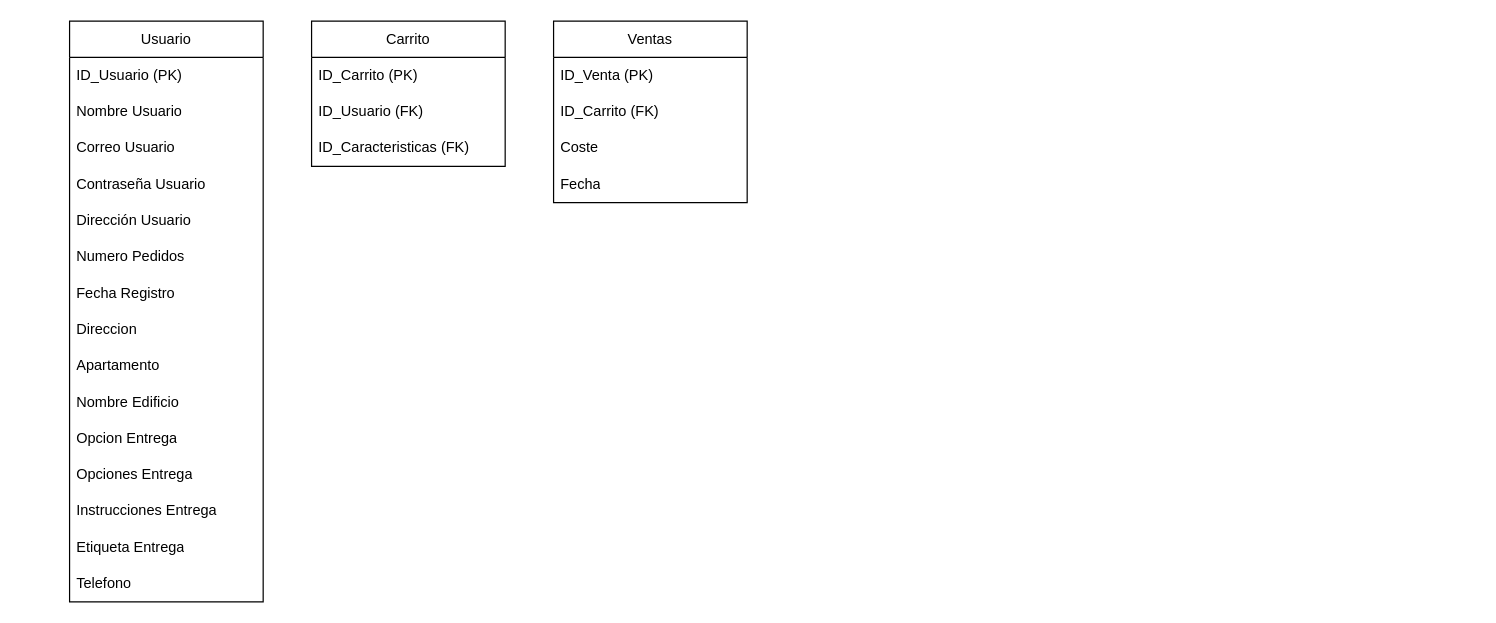
Earlier version of the draw.io diagram page "Tabla" (2 of 2) of BBDDTFG.drawio (meeeww/tfg_server). Source tidied: cells renumbered, new cells numbered last; positions are measured from the earlier drawing's top-left corner, leaving out a move shared by most shapes. Both pictures are drawn from the tidied source at 121%, with x=0, y=0 at pixel (69, 21).
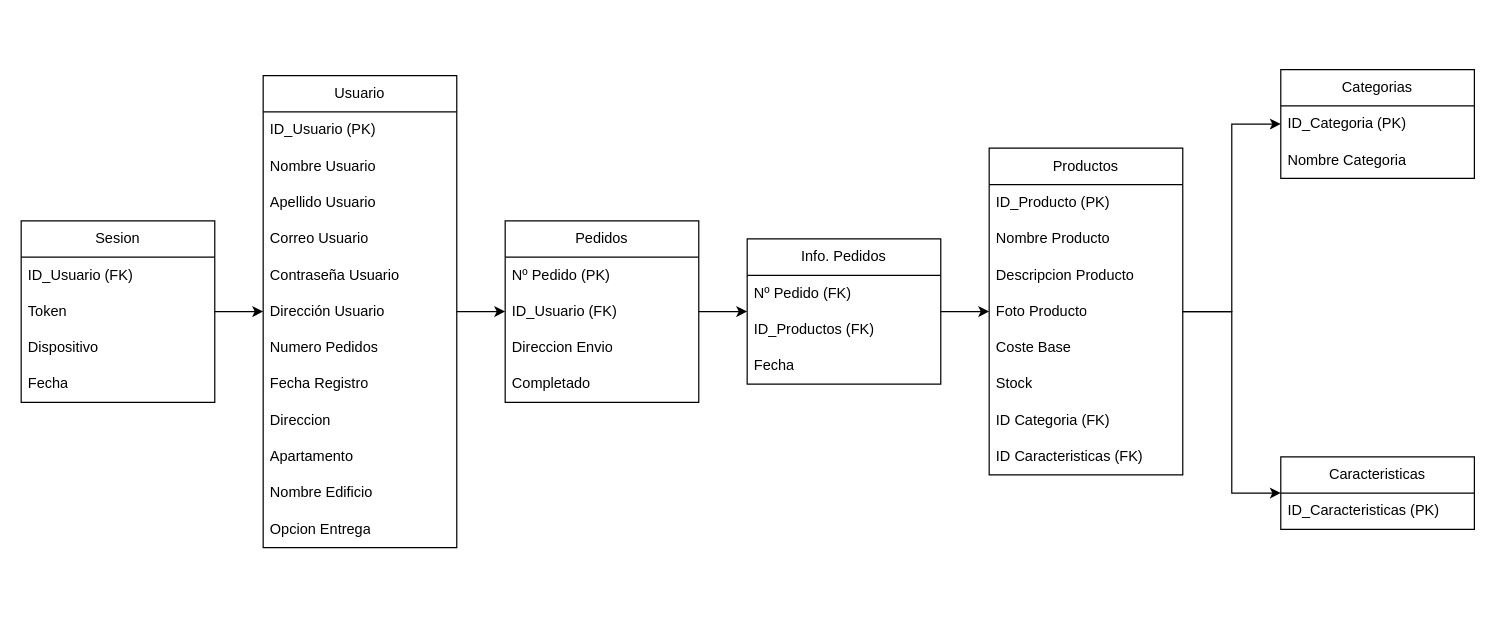
The same page after the edit.

What changed in the source:
```diff
@@
+    <mxCell id="27" style="edgeStyle=orthogonalEdgeStyle;rounded=0;jettySize=auto;html=1;" parent="1" edge="1" source="2" target="18">
+      <mxGeometry relative="1" as="geometry" />
+    </mxCell>
     <mxCell id="2" value="Usuario" style="swimlane;fontStyle=0;horizontal=1;startSize=30;whiteSpace=wrap;html=1;" parent="1" vertex="1">
-      <mxGeometry width="160" height="480" as="geometry" />
+      <mxGeometry x="160" y="45" width="160" height="390" as="geometry" />
     </mxCell>
@@
+    <mxCell id="28" value="Apellido Usuario" style="text;strokeColor=none;fillColor=none;align=left;verticalAlign=middle;spacingLeft=4;spacingRight=4;overflow=hidden;whiteSpace=wrap;html=1;" parent="2" vertex="1">
+      <mxGeometry y="90" width="160" height="30" as="geometry" />
+    </mxCell>
     <mxCell id="5" value="Correo Usuario" style="text;strokeColor=none;fillColor=none;align=left;verticalAlign=middle;spacingLeft=4;spacingRight=4;overflow=hidden;whiteSpace=wrap;html=1;" parent="2" vertex="1">
-      <mxGeometry y="90" width="160" height="30" as="geometry" />
+      <mxGeometry y="120" width="160" height="30" as="geometry" />
     </mxCell>
     <mxCell id="6" value="Contraseña Usuario" style="text;strokeColor=none;fillColor=none;align=left;verticalAlign=middle;spacingLeft=4;spacingRight=4;overflow=hidden;whiteSpace=wrap;html=1;" parent="2" vertex="1">
-      <mxGeometry y="120" width="160" height="30" as="geometry" />
+      <mxGeometry y="150" width="160" height="30" as="geometry" />
     </mxCell>
     <mxCell id="7" value="Dirección Usuario" style="text;strokeColor=none;fillColor=none;align=left;verticalAlign=middle;spacingLeft=4;spacingRight=4;overflow=hidden;whiteSpace=wrap;html=1;" parent="2" vertex="1">
-      <mxGeometry y="150" width="160" height="30" as="geometry" />
+      <mxGeometry y="180" width="160" height="30" as="geometry" />
     </mxCell>
     <mxCell id="8" value="Numero Pedidos" style="text;strokeColor=none;fillColor=none;align=left;verticalAlign=middle;spacingLeft=4;spacingRight=4;overflow=hidden;whiteSpace=wrap;html=1;" parent="2" vertex="1">
-      <mxGeometry y="180" width="160" height="30" as="geometry" />
+      <mxGeometry y="210" width="160" height="30" as="geometry" />
     </mxCell>
     <mxCell id="9" value="Fecha Registro" style="text;strokeColor=none;fillColor=none;align=left;verticalAlign=middle;spacingLeft=4;spacingRight=4;overflow=hidden;whiteSpace=wrap;html=1;" parent="2" vertex="1">
-      <mxGeometry y="210" width="160" height="30" as="geometry" />
+      <mxGeometry y="240" width="160" height="30" as="geometry" />
     </mxCell>
     <mxCell id="10" value="Direccion" style="text;strokeColor=none;fillColor=none;align=left;verticalAlign=middle;spacingLeft=4;spacingRight=4;overflow=hidden;whiteSpace=wrap;html=1;" parent="2" vertex="1">
-      <mxGeometry y="240" width="160" height="30" as="geometry" />
+      <mxGeometry y="270" width="160" height="30" as="geometry" />
     </mxCell>
     <mxCell id="11" value="Apartamento" style="text;strokeColor=none;fillColor=none;align=left;verticalAlign=middle;spacingLeft=4;spacingRight=4;overflow=hidden;whiteSpace=wrap;html=1;" parent="2" vertex="1">
-      <mxGeometry y="270" width="160" height="30" as="geometry" />
+      <mxGeometry y="300" width="160" height="30" as="geometry" />
     </mxCell>
     <mxCell id="12" value="Nombre Edificio" style="text;strokeColor=none;fillColor=none;align=left;verticalAlign=middle;spacingLeft=4;spacingRight=4;overflow=hidden;whiteSpace=wrap;html=1;" parent="2" vertex="1">
-      <mxGeometry y="300" width="160" height="30" as="geometry" />
+      <mxGeometry y="330" width="160" height="30" as="geometry" />
     </mxCell>
     <mxCell id="13" value="Opcion Entrega" style="text;strokeColor=none;fillColor=none;align=left;verticalAlign=middle;spacingLeft=4;spacingRight=4;overflow=hidden;whiteSpace=wrap;html=1;" parent="2" vertex="1">
-      <mxGeometry y="330" width="160" height="30" as="geometry" />
+      <mxGeometry y="360" width="160" height="30" as="geometry" />
     </mxCell>
-    <mxCell id="14" value="Opciones Entrega" style="text;strokeColor=none;fillColor=none;align=left;verticalAlign=middle;spacingLeft=4;spacingRight=4;overflow=hidden;whiteSpace=wrap;html=1;" parent="2" vertex="1">
-      <mxGeometry y="360" width="160" height="30" as="geometry" />
-    </mxCell>
-    <mxCell id="15" value="Instrucciones Entrega" style="text;strokeColor=none;fillColor=none;align=left;verticalAlign=middle;spacingLeft=4;spacingRight=4;overflow=hidden;whiteSpace=wrap;html=1;" parent="2" vertex="1">
-      <mxGeometry y="390" width="160" height="30" as="geometry" />
-    </mxCell>
-    <mxCell id="16" value="Etiqueta Entrega" style="text;strokeColor=none;fillColor=none;align=left;verticalAlign=middle;spacingLeft=4;spacingRight=4;overflow=hidden;whiteSpace=wrap;html=1;" parent="2" vertex="1">
-      <mxGeometry y="420" width="160" height="30" as="geometry" />
-    </mxCell>
-    <mxCell id="17" value="Telefono" style="text;strokeColor=none;fillColor=none;align=left;verticalAlign=middle;spacingLeft=4;spacingRight=4;overflow=hidden;whiteSpace=wrap;html=1;" parent="2" vertex="1">
-      <mxGeometry y="450" width="160" height="30" as="geometry" />
-    </mxCell>
+    <mxCell id="29" style="edgeStyle=orthogonalEdgeStyle;rounded=0;jettySize=auto;html=1;" parent="1" edge="1" source="18" target="49">
+      <mxGeometry relative="1" as="geometry" />
+    </mxCell>
-    <mxCell id="18" value="Carrito" style="swimlane;fontStyle=0;horizontal=1;startSize=30;whiteSpace=wrap;html=1;" parent="1" vertex="1">
-      <mxGeometry x="200" width="160" height="120" as="geometry" />
+    <mxCell id="18" value="Pedidos" style="swimlane;fontStyle=0;horizontal=1;startSize=30;whiteSpace=wrap;html=1;" parent="1" vertex="1">
+      <mxGeometry x="360" y="165" width="160" height="150" as="geometry" />
     </mxCell>
-    <mxCell id="19" value="ID_Carrito (PK)" style="text;strokeColor=none;fillColor=none;align=left;verticalAlign=middle;spacingLeft=4;spacingRight=4;overflow=hidden;whiteSpace=wrap;html=1;" parent="18" vertex="1">
+    <mxCell id="19" value="Nº Pedido (PK)" style="text;strokeColor=none;fillColor=none;align=left;verticalAlign=middle;spacingLeft=4;spacingRight=4;overflow=hidden;whiteSpace=wrap;html=1;" parent="18" vertex="1">
       <mxGeometry y="30" width="160" height="30" as="geometry" />
     </mxCell>
@@
+    <mxCell id="30" value="Direccion Envio" style="text;strokeColor=none;fillColor=none;align=left;verticalAlign=middle;spacingLeft=4;spacingRight=4;overflow=hidden;whiteSpace=wrap;html=1;" parent="18" vertex="1">
+      <mxGeometry y="90" width="160" height="30" as="geometry" />
+    </mxCell>
-    <mxCell id="21" value="ID_Caracteristicas (FK)" style="text;strokeColor=none;fillColor=none;align=left;verticalAlign=middle;spacingLeft=4;spacingRight=4;overflow=hidden;whiteSpace=wrap;html=1;" parent="18" vertex="1">
-      <mxGeometry y="90" width="160" height="30" as="geometry" />
+    <mxCell id="21" value="Completado" style="text;strokeColor=none;fillColor=none;align=left;verticalAlign=middle;spacingLeft=4;spacingRight=4;overflow=hidden;whiteSpace=wrap;html=1;" parent="18" vertex="1">
+      <mxGeometry y="120" width="160" height="30" as="geometry" />
     </mxCell>
+    <mxCell id="31" style="edgeStyle=orthogonalEdgeStyle;rounded=0;jettySize=auto;html=1;" parent="1" edge="1" source="22" target="43">
+      <mxGeometry relative="1" as="geometry" />
+    </mxCell>
+    <mxCell id="32" style="edgeStyle=orthogonalEdgeStyle;rounded=0;jettySize=auto;html=1;" parent="1" edge="1" source="22" target="45">
+      <mxGeometry relative="1" as="geometry" />
+    </mxCell>
-    <mxCell id="22" value="Ventas" style="swimlane;fontStyle=0;horizontal=1;startSize=30;whiteSpace=wrap;html=1;" parent="1" vertex="1">
-      <mxGeometry x="400" width="160" height="150" as="geometry" />
+    <mxCell id="22" value="Productos" style="swimlane;fontStyle=0;horizontal=1;startSize=30;whiteSpace=wrap;html=1;" parent="1" vertex="1">
+      <mxGeometry x="760" y="105" width="160" height="270" as="geometry" />
     </mxCell>
-    <mxCell id="23" value="ID_Venta (PK)" style="text;strokeColor=none;fillColor=none;align=left;verticalAlign=middle;spacingLeft=4;spacingRight=4;overflow=hidden;whiteSpace=wrap;html=1;" parent="22" vertex="1">
+    <mxCell id="23" value="ID_Producto (PK)" style="text;strokeColor=none;fillColor=none;align=left;verticalAlign=middle;spacingLeft=4;spacingRight=4;overflow=hidden;whiteSpace=wrap;html=1;" parent="22" vertex="1">
       <mxGeometry y="30" width="160" height="30" as="geometry" />
     </mxCell>
+    <mxCell id="33" value="Nombre Producto" style="text;strokeColor=none;fillColor=none;align=left;verticalAlign=middle;spacingLeft=4;spacingRight=4;overflow=hidden;whiteSpace=wrap;html=1;" parent="22" vertex="1">
+      <mxGeometry y="60" width="160" height="30" as="geometry" />
+    </mxCell>
+    <mxCell id="34" value="Descripcion Producto" style="text;strokeColor=none;fillColor=none;align=left;verticalAlign=middle;spacingLeft=4;spacingRight=4;overflow=hidden;whiteSpace=wrap;html=1;" parent="22" vertex="1">
+      <mxGeometry y="90" width="160" height="30" as="geometry" />
+    </mxCell>
+    <mxCell id="35" value="Foto Producto" style="text;strokeColor=none;fillColor=none;align=left;verticalAlign=middle;spacingLeft=4;spacingRight=4;overflow=hidden;whiteSpace=wrap;html=1;" parent="22" vertex="1">
+      <mxGeometry y="120" width="160" height="30" as="geometry" />
+    </mxCell>
-    <mxCell id="24" value="ID_Carrito (FK)" style="text;strokeColor=none;fillColor=none;align=left;verticalAlign=middle;spacingLeft=4;spacingRight=4;overflow=hidden;whiteSpace=wrap;html=1;" parent="22" vertex="1">
-      <mxGeometry y="60" width="160" height="30" as="geometry" />
+    <mxCell id="24" value="Coste Base" style="text;strokeColor=none;fillColor=none;align=left;verticalAlign=middle;spacingLeft=4;spacingRight=4;overflow=hidden;whiteSpace=wrap;html=1;" parent="22" vertex="1">
+      <mxGeometry y="150" width="160" height="30" as="geometry" />
     </mxCell>
+    <mxCell id="36" value="Stock" style="text;strokeColor=none;fillColor=none;align=left;verticalAlign=middle;spacingLeft=4;spacingRight=4;overflow=hidden;whiteSpace=wrap;html=1;" parent="22" vertex="1">
+      <mxGeometry y="180" width="160" height="30" as="geometry" />
+    </mxCell>
-    <mxCell id="25" value="Coste" style="text;strokeColor=none;fillColor=none;align=left;verticalAlign=middle;spacingLeft=4;spacingRight=4;overflow=hidden;whiteSpace=wrap;html=1;" parent="22" vertex="1">
-      <mxGeometry y="90" width="160" height="30" as="geometry" />
+    <mxCell id="25" value="ID Categoria (FK)" style="text;strokeColor=none;fillColor=none;align=left;verticalAlign=middle;spacingLeft=4;spacingRight=4;overflow=hidden;whiteSpace=wrap;html=1;" parent="22" vertex="1">
+      <mxGeometry y="210" width="160" height="30" as="geometry" />
     </mxCell>
-    <mxCell id="26" value="Fecha" style="text;strokeColor=none;fillColor=none;align=left;verticalAlign=middle;spacingLeft=4;spacingRight=4;overflow=hidden;whiteSpace=wrap;html=1;" parent="22" vertex="1">
-      <mxGeometry y="120" width="160" height="30" as="geometry" />
+    <mxCell id="26" value="ID Caracteristicas (FK)" style="text;strokeColor=none;fillColor=none;align=left;verticalAlign=middle;spacingLeft=4;spacingRight=4;overflow=hidden;whiteSpace=wrap;html=1;" parent="22" vertex="1">
+      <mxGeometry y="240" width="160" height="30" as="geometry" />
     </mxCell>
+    <mxCell id="37" style="edgeStyle=orthogonalEdgeStyle;rounded=0;jettySize=auto;html=1;" parent="1" edge="1" source="38" target="2">
+      <mxGeometry relative="1" as="geometry" />
+    </mxCell>
+    <mxCell id="38" value="Sesion" style="swimlane;fontStyle=0;horizontal=1;startSize=30;whiteSpace=wrap;html=1;" parent="1" vertex="1">
+      <mxGeometry x="-40" y="165" width="160" height="150" as="geometry" />
+    </mxCell>
+    <mxCell id="39" value="ID_Usuario (FK)" style="text;strokeColor=none;fillColor=none;align=left;verticalAlign=middle;spacingLeft=4;spacingRight=4;overflow=hidden;whiteSpace=wrap;html=1;" parent="38" vertex="1">
+      <mxGeometry y="30" width="160" height="30" as="geometry" />
+    </mxCell>
+    <mxCell id="40" value="Token" style="text;strokeColor=none;fillColor=none;align=left;verticalAlign=middle;spacingLeft=4;spacingRight=4;overflow=hidden;whiteSpace=wrap;html=1;" parent="38" vertex="1">
+      <mxGeometry y="60" width="160" height="30" as="geometry" />
+    </mxCell>
+    <mxCell id="41" value="Dispositivo" style="text;strokeColor=none;fillColor=none;align=left;verticalAlign=middle;spacingLeft=4;spacingRight=4;overflow=hidden;whiteSpace=wrap;html=1;" parent="38" vertex="1">
+      <mxGeometry y="90" width="160" height="30" as="geometry" />
+    </mxCell>
+    <mxCell id="42" value="Fecha" style="text;strokeColor=none;fillColor=none;align=left;verticalAlign=middle;spacingLeft=4;spacingRight=4;overflow=hidden;whiteSpace=wrap;html=1;" parent="38" vertex="1">
+      <mxGeometry y="120" width="160" height="30" as="geometry" />
+    </mxCell>
+    <mxCell id="43" value="Caracteristicas" style="swimlane;fontStyle=0;horizontal=1;startSize=30;whiteSpace=wrap;html=1;" parent="1" vertex="1">
+      <mxGeometry x="1001" y="360" width="160" height="60" as="geometry" />
+    </mxCell>
+    <mxCell id="44" value="ID_Caracteristicas (PK)" style="text;strokeColor=none;fillColor=none;align=left;verticalAlign=middle;spacingLeft=4;spacingRight=4;overflow=hidden;whiteSpace=wrap;html=1;" parent="43" vertex="1">
+      <mxGeometry y="30" width="160" height="30" as="geometry" />
+    </mxCell>
+    <mxCell id="45" value="Categorias" style="swimlane;fontStyle=0;horizontal=1;startSize=30;whiteSpace=wrap;html=1;" parent="1" vertex="1">
+      <mxGeometry x="1001" y="40" width="160" height="90" as="geometry" />
+    </mxCell>
+    <mxCell id="46" value="ID_Categoria (PK)" style="text;strokeColor=none;fillColor=none;align=left;verticalAlign=middle;spacingLeft=4;spacingRight=4;overflow=hidden;whiteSpace=wrap;html=1;" parent="45" vertex="1">
+      <mxGeometry y="30" width="160" height="30" as="geometry" />
+    </mxCell>
+    <mxCell id="47" value="Nombre Categoria" style="text;strokeColor=none;fillColor=none;align=left;verticalAlign=middle;spacingLeft=4;spacingRight=4;overflow=hidden;whiteSpace=wrap;html=1;" parent="45" vertex="1">
+      <mxGeometry y="60" width="160" height="30" as="geometry" />
+    </mxCell>
+    <mxCell id="48" style="edgeStyle=orthogonalEdgeStyle;rounded=0;jettySize=auto;html=1;" parent="1" edge="1" source="49" target="22">
+      <mxGeometry relative="1" as="geometry" />
+    </mxCell>
+    <mxCell id="49" value="Info. Pedidos" style="swimlane;fontStyle=0;horizontal=1;startSize=30;whiteSpace=wrap;html=1;" parent="1" vertex="1">
+      <mxGeometry x="560" y="180" width="160" height="120" as="geometry" />
+    </mxCell>
+    <mxCell id="50" value="Nº Pedido (FK)" style="text;strokeColor=none;fillColor=none;align=left;verticalAlign=middle;spacingLeft=4;spacingRight=4;overflow=hidden;whiteSpace=wrap;html=1;" parent="49" vertex="1">
+      <mxGeometry y="30" width="160" height="30" as="geometry" />
+    </mxCell>
+    <mxCell id="51" value="ID_Productos (FK)" style="text;strokeColor=none;fillColor=none;align=left;verticalAlign=middle;spacingLeft=4;spacingRight=4;overflow=hidden;whiteSpace=wrap;html=1;" parent="49" vertex="1">
+      <mxGeometry y="60" width="160" height="30" as="geometry" />
+    </mxCell>
+    <mxCell id="52" value="Fecha" style="text;strokeColor=none;fillColor=none;align=left;verticalAlign=middle;spacingLeft=4;spacingRight=4;overflow=hidden;whiteSpace=wrap;html=1;" parent="49" vertex="1">
+      <mxGeometry y="90" width="160" height="30" as="geometry" />
+    </mxCell>
```
